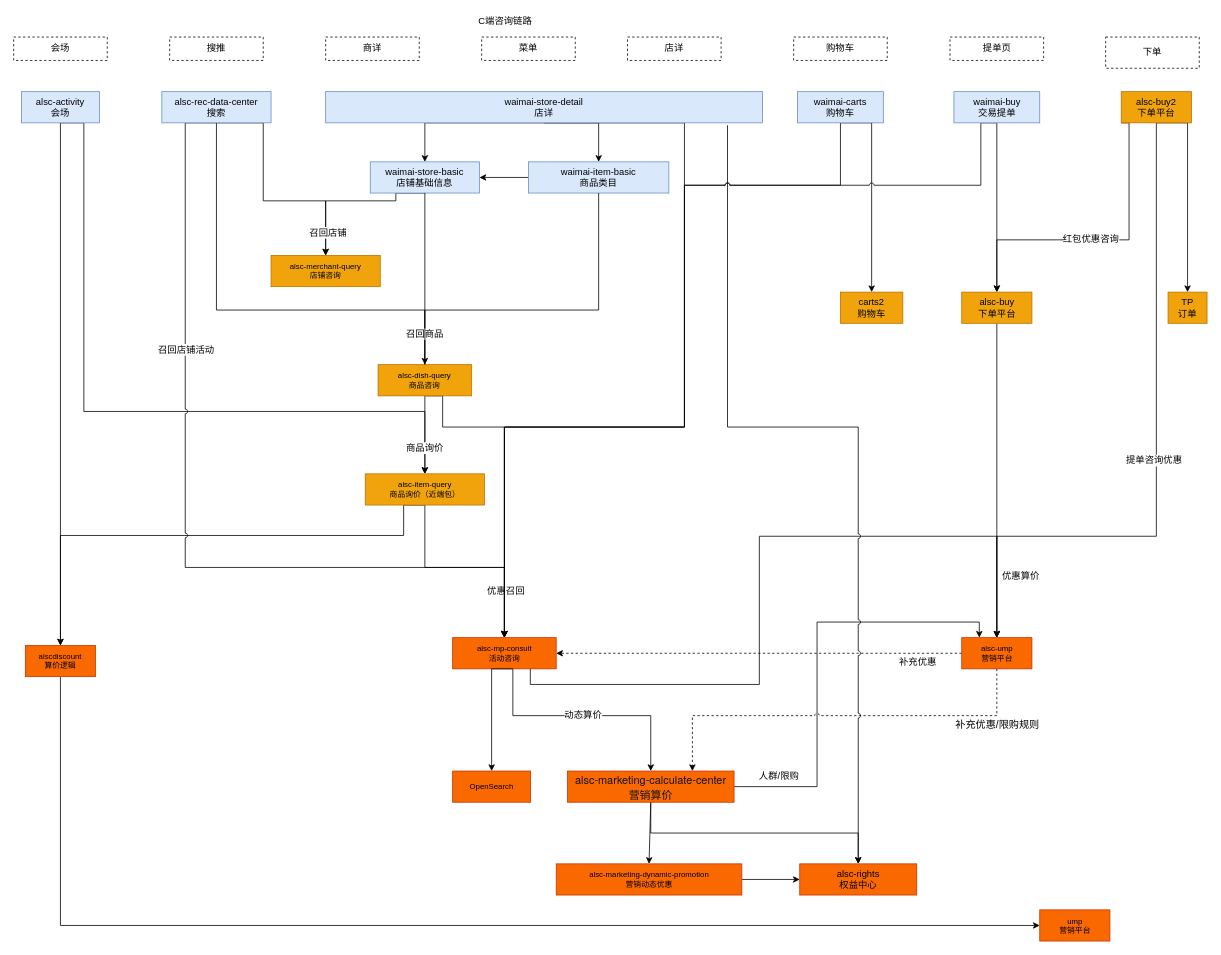
The draw.io diagram page "C端咨询链路" (2 of 2) of 营销业务梳理.drawio in jon-kong/draw.io, before the edit. Source tidied: cells renumbered, new cells numbered last; positions are measured from the earlier drawing's top-left corner, leaving out a move shared by most shapes. Both pictures are drawn from the tidied source at 78%, with x=0, y=0 at pixel (13, 13).
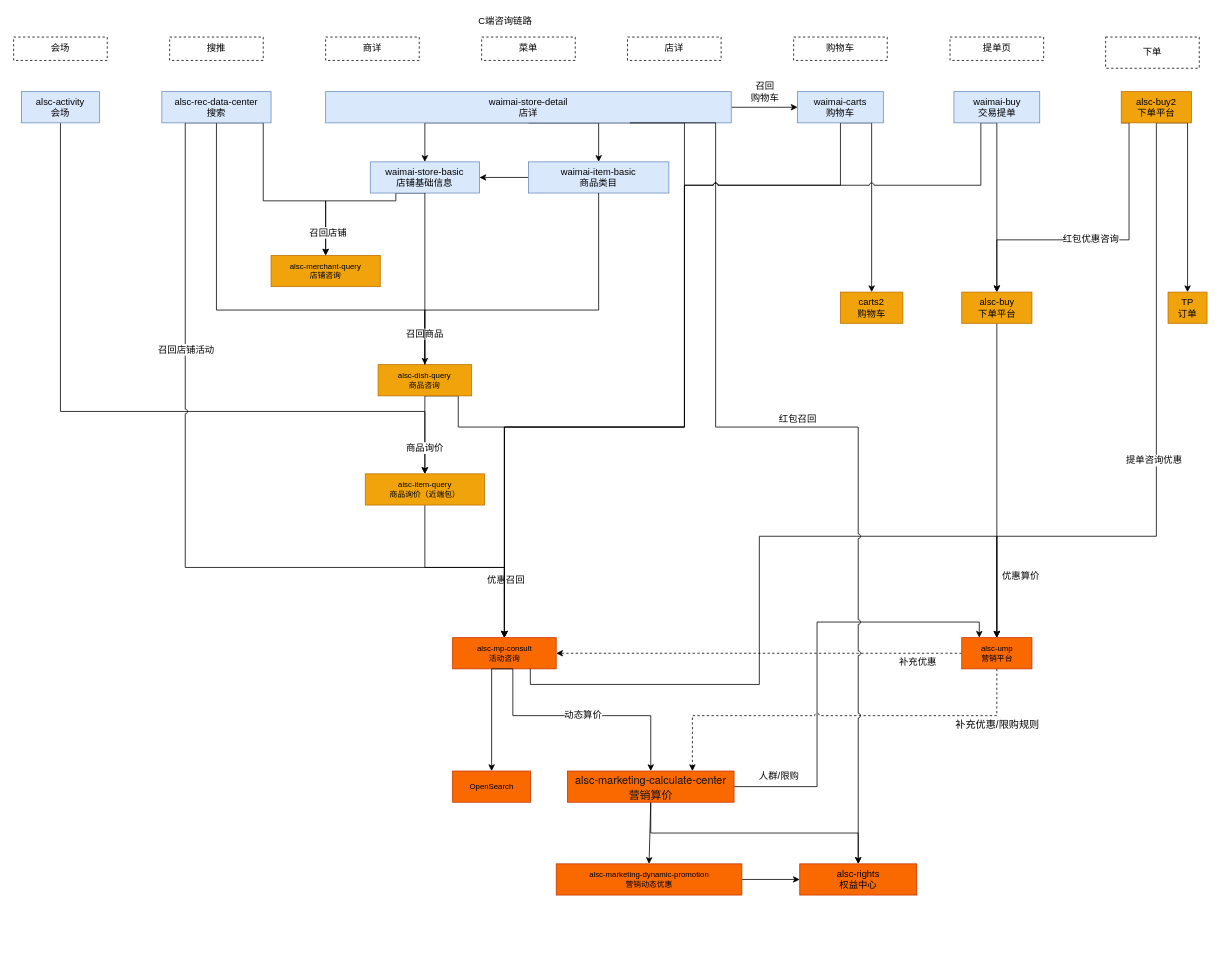
The same diagram, later.

Commit message (it also covers changes not shown here):
Update 营销业务梳理.drawio

Unchanged cells that the change refers to:
```xml
<mxCell id="4" value="alsc-mp-consult&lt;br&gt;活动咨询" style="rounded=0;fontSize=10;labelBackgroundColor=none;html=1;whiteSpace=wrap;fillColor=#fa6800;fontColor=#000000;strokeColor=#C73500;" parent="1" vertex="1">
  <mxGeometry x="562.8" y="800" width="132.8" height="40" as="geometry" />
</mxCell>
<mxCell id="20" value="alsc-activity&lt;br&gt;会场" style="rounded=0;whiteSpace=wrap;html=1;fillColor=#dae8fc;strokeColor=#6c8ebf;" parent="1" vertex="1">
  <mxGeometry x="10" y="100" width="100" height="40" as="geometry" />
</mxCell>
<mxCell id="23" value="alsc-item-query&lt;br&gt;商品询价（近端包）" style="rounded=0;fontSize=10;labelBackgroundColor=none;html=1;whiteSpace=wrap;fillColor=#f0a30a;strokeColor=#BD7000;fontColor=#000000;" parent="1" vertex="1">
  <mxGeometry x="450.8" y="590" width="152.8" height="40" as="geometry" />
</mxCell>
<mxCell id="41" value="alsc-rights&lt;br style=&quot;font-size: 12px;&quot;&gt;权益中心" style="rounded=0;fontSize=12;labelBackgroundColor=none;html=1;whiteSpace=wrap;fillColor=#fa6800;fontColor=#000000;strokeColor=#C73500;" parent="1" vertex="1">
  <mxGeometry x="1007.8" y="1090" width="150" height="40" as="geometry" />
</mxCell>
<mxCell id="52" value="waimai-carts&lt;br&gt;购物车" style="rounded=0;whiteSpace=wrap;html=1;fillColor=#dae8fc;strokeColor=#6c8ebf;" parent="1" vertex="1">
  <mxGeometry x="1005" y="100" width="110" height="40" as="geometry" />
</mxCell>
<mxCell id="77" value="alsc-dish-query&lt;br&gt;商品咨询" style="rounded=0;fontSize=10;labelBackgroundColor=none;html=1;whiteSpace=wrap;fillColor=#f0a30a;strokeColor=#BD7000;fontColor=#000000;" parent="1" vertex="1">
  <mxGeometry x="467.2" y="450" width="120" height="40" as="geometry" />
</mxCell>
```

The edit, as a diff of the source:
```diff
@@
+    <mxCell id="79" style="edgeStyle=orthogonalEdgeStyle;rounded=0;sketch=0;jumpStyle=arc;jumpSize=6;jettySize=auto;html=1;exitX=1;exitY=0.5;exitDx=0;exitDy=0;entryX=0;entryY=0.5;entryDx=0;entryDy=0;shadow=0;fontSize=12;strokeColor=default;" parent="1" edge="1" source="17" target="52">
+      <mxGeometry relative="1" as="geometry" />
+    </mxCell>
     <mxCell id="17" value="waimai-store-detail&lt;br&gt;店详" style="rounded=0;whiteSpace=wrap;html=1;fillColor=#dae8fc;strokeColor=#6c8ebf;" parent="1" vertex="1">
-      <mxGeometry x="400" y="100" width="560" height="40" as="geometry" />
+      <mxGeometry x="400" y="100" width="520" height="40" as="geometry" />
     </mxCell>
     <mxCell id="18" style="rounded=0;jettySize=auto;html=1;exitX=0.5;exitY=1;exitDx=0;exitDy=0;fontSize=12;entryX=0.5;entryY=0;entryDx=0;entryDy=0;edgeStyle=orthogonalEdgeStyle;" parent="1" edge="1" source="20" target="23">
       <mxGeometry relative="1" as="geometry">
         <Array as="points">
-          <mxPoint x="90" y="140" />
-          <mxPoint x="90" y="510" />
+          <mxPoint x="60" y="510" />
           <mxPoint x="527" y="510" />
         </Array>
       </mxGeometry>
     </mxCell>
-    <mxCell id="19" style="edgeStyle=orthogonalEdgeStyle;rounded=0;jumpStyle=arc;jettySize=auto;html=1;exitX=0.5;exitY=1;exitDx=0;exitDy=0;fontSize=12;entryX=0.5;entryY=0;entryDx=0;entryDy=0;" parent="1" edge="1" source="20" target="75">
-      <mxGeometry relative="1" as="geometry">
-        <Array as="points">
-          <mxPoint x="60" y="731" />
-        </Array>
-      </mxGeometry>
-    </mxCell>
@@
-    <mxCell id="22" style="edgeStyle=orthogonalEdgeStyle;rounded=0;jumpStyle=arc;jettySize=auto;html=1;exitX=0.5;exitY=1;exitDx=0;exitDy=0;entryX=0.5;entryY=0;entryDx=0;entryDy=0;fontSize=12;" parent="1" edge="1" source="23" target="75">
-      <mxGeometry relative="1" as="geometry">
-        <Array as="points">
-          <mxPoint x="500" y="630" />
-          <mxPoint x="500" y="669" />
-          <mxPoint x="60" y="669" />
-        </Array>
-      </mxGeometry>
-    </mxCell>
@@
     <mxCell id="27" style="edgeStyle=orthogonalEdgeStyle;rounded=0;jumpStyle=arc;jettySize=auto;html=1;exitX=0.5;exitY=1;exitDx=0;exitDy=0;entryX=0.5;entryY=0;entryDx=0;entryDy=0;fontSize=12;startArrow=none;" parent="1" edge="1" source="77" target="4">
       <mxGeometry relative="1" as="geometry">
         <Array as="points">
-          <mxPoint x="550" y="490" />
-          <mxPoint x="550" y="530" />
+          <mxPoint x="570" y="490" />
+          <mxPoint x="570" y="530" />
           <mxPoint x="629" y="530" />
         </Array>
       </mxGeometry>
     </mxCell>
@@
-    <mxCell id="48" style="endArrow=classic;html=1;rounded=0;fontSize=12;exitX=0.92;exitY=1.077;exitDx=0;exitDy=0;exitPerimeter=0;entryX=0.5;entryY=0;entryDx=0;entryDy=0;edgeStyle=orthogonalEdgeStyle;jumpStyle=arc;jumpSize=6;sketch=0;shadow=0;" parent="1" edge="1" source="17" target="41">
+    <mxCell id="48" style="endArrow=classic;html=1;rounded=0;fontSize=12;exitX=0.75;exitY=1;exitDx=0;exitDy=0;entryX=0.5;entryY=0;entryDx=0;entryDy=0;edgeStyle=orthogonalEdgeStyle;jumpStyle=arc;jumpSize=6;sketch=0;shadow=0;" parent="1" edge="1" source="17" target="41">
       <mxGeometry relative="1" as="geometry">
         <Array as="points">
-          <mxPoint x="915" y="530" />
+          <mxPoint x="900" y="140" />
+          <mxPoint x="900" y="530" />
           <mxPoint x="1083" y="530" />
         </Array>
       </mxGeometry>
     </mxCell>
@@
-    <mxCell id="74" style="rounded=0;jumpStyle=arc;jettySize=auto;html=1;exitX=0.5;exitY=1;exitDx=0;exitDy=0;entryX=0;entryY=0.5;entryDx=0;entryDy=0;fontSize=12;edgeStyle=orthogonalEdgeStyle;" parent="1" edge="1" source="75" target="76">
-      <mxGeometry relative="1" as="geometry" />
-    </mxCell>
-    <mxCell id="75" value="&lt;span style=&quot;font-size: 10px&quot;&gt;alscdiscount&lt;/span&gt;&lt;br&gt;算价逻辑" style="rounded=0;fontSize=10;labelBackgroundColor=none;html=1;whiteSpace=wrap;fillColor=#fa6800;fontColor=#000000;strokeColor=#C73500;" parent="1" vertex="1">
-      <mxGeometry x="15" y="810" width="90" height="40" as="geometry" />
-    </mxCell>
-    <mxCell id="76" value="ump&lt;br&gt;营销平台" style="rounded=0;fontSize=10;labelBackgroundColor=none;html=1;whiteSpace=wrap;fillColor=#fa6800;fontColor=#000000;strokeColor=#C73500;" parent="1" vertex="1">
-      <mxGeometry x="1315.5" y="1149" width="90" height="40" as="geometry" />
-    </mxCell>
@@
+    <mxCell id="80" value="召回&lt;br&gt;购物车" style="text;html=1;align=center;verticalAlign=middle;strokeColor=none;fillColor=none;fontSize=12;" parent="1" vertex="1">
+      <mxGeometry x="932.8" y="85" width="60" height="30" as="geometry" />
+    </mxCell>
+    <mxCell id="81" value="红包召回" style="text;html=1;align=center;verticalAlign=middle;strokeColor=none;fillColor=none;fontSize=12;" parent="1" vertex="1">
+      <mxGeometry x="970" y="510" width="70" height="20" as="geometry" />
+    </mxCell>
```
